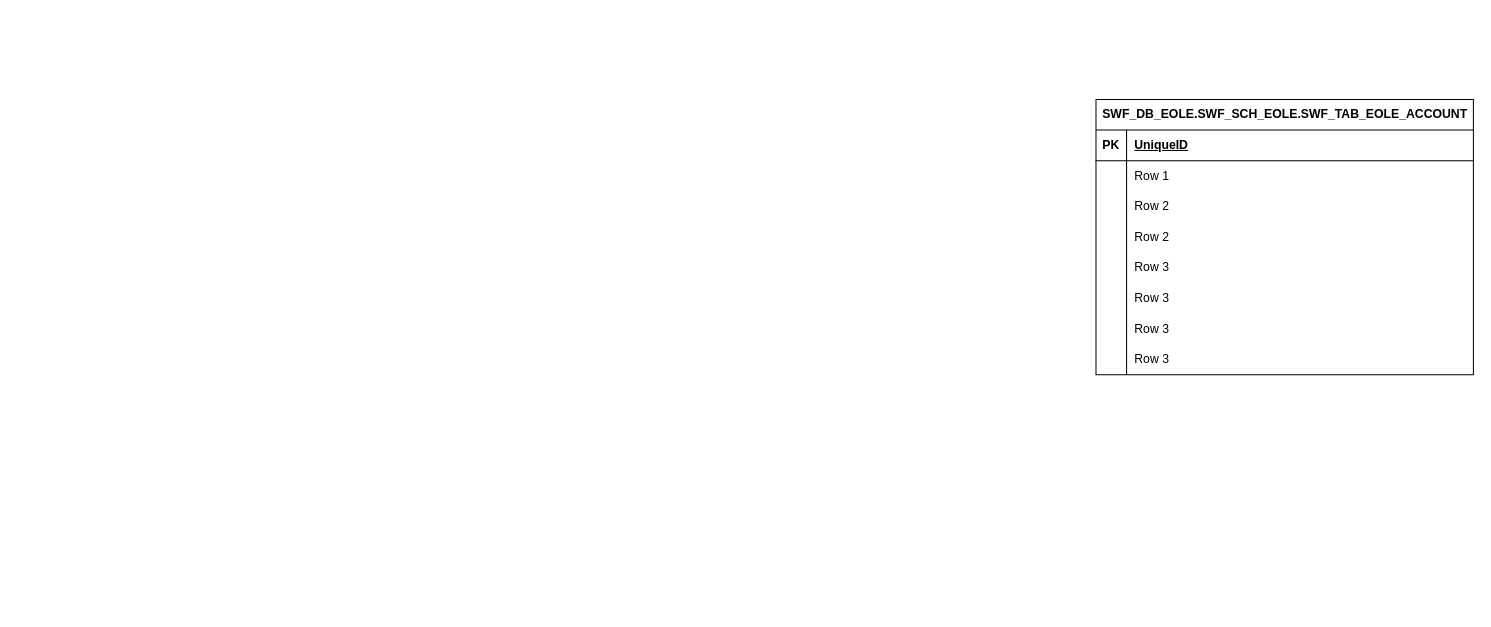
liaoyusaki/drawio keeps this draw.io diagram as Untitled Diagram.drawio. Above is the earlier version. Source tidied: cells renumbered, new cells numbered last; positions are measured from the earlier drawing's top-left corner, leaving out a move shared by most shapes. Both pictures are drawn from the tidied source at 102%, with x=0, y=0 at pixel (1095, 99).
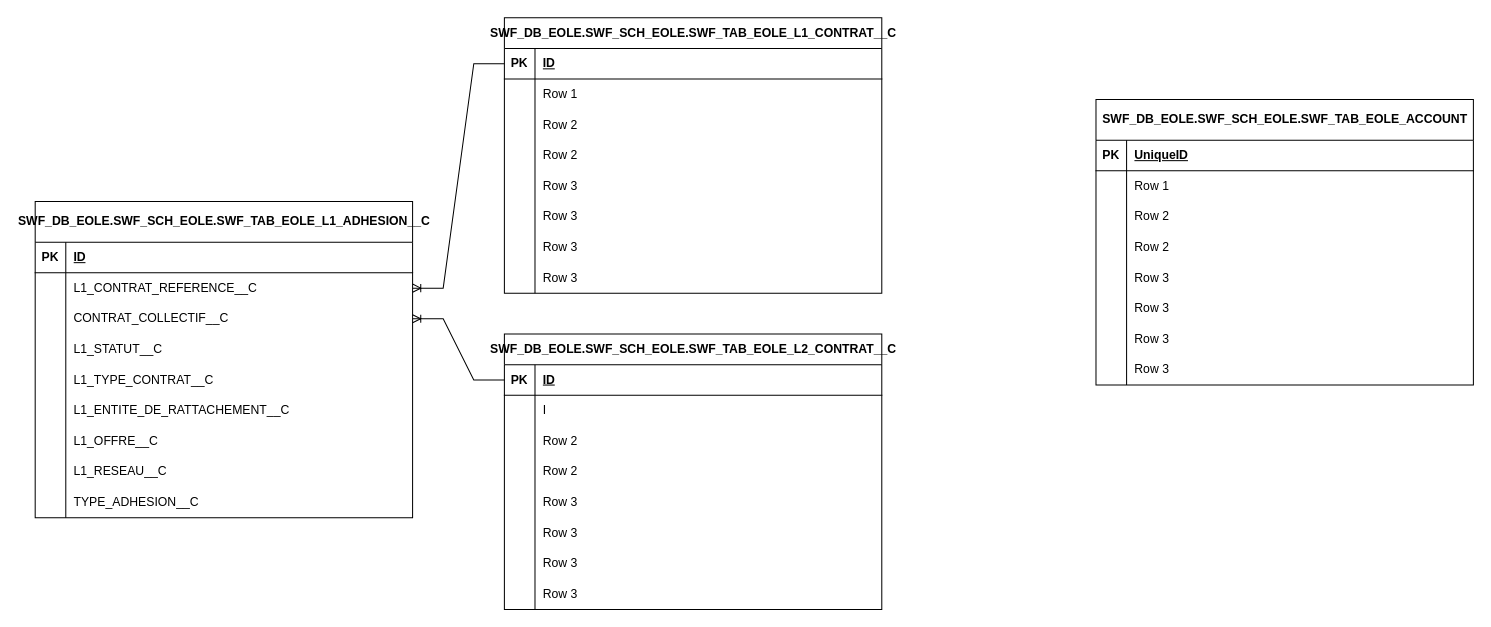
After the change.

The edit, as a diff of the source:
```diff
@@
-    <mxCell id="2" value="SWF_DB_EOLE.SWF_SCH_EOLE.SWF_TAB_EOLE_ACCOUNT" style="shape=table;startSize=30;childLayout=tableLayout;rowLines=0;fontStyle=1;align=center;html=1;" parent="1" vertex="1">
-      <mxGeometry width="370" height="270" as="geometry" />
+    <mxCell id="2" value="SWF_DB_EOLE.SWF_SCH_EOLE.SWF_TAB_EOLE_ACCOUNT" style="shape=table;startSize=40;childLayout=tableLayout;rowLines=0;fontStyle=1;align=center;html=1;" parent="1" vertex="1">
+      <mxGeometry width="370" height="280" as="geometry" />
     </mxCell>
     <mxCell id="3" style="shape=tableRow;horizontal=0;startSize=0;swimlaneHead=0;swimlaneBody=0;fillColor=none;top=0;left=0;right=0;bottom=1;" parent="2" vertex="1">
-      <mxGeometry y="30" width="370" height="30" as="geometry" />
+      <mxGeometry y="40" width="370" height="30" as="geometry" />
     </mxCell>
@@
     <mxCell id="6" style="shape=tableRow;horizontal=0;startSize=0;swimlaneHead=0;swimlaneBody=0;fillColor=none;top=0;left=0;right=0;bottom=0;" parent="2" vertex="1">
-      <mxGeometry y="60" width="370" height="30" as="geometry" />
+      <mxGeometry y="70" width="370" height="30" as="geometry" />
     </mxCell>
@@
     <mxCell id="9" style="shape=tableRow;horizontal=0;startSize=0;swimlaneHead=0;swimlaneBody=0;fillColor=none;top=0;left=0;right=0;bottom=0;" parent="2" vertex="1">
-      <mxGeometry y="90" width="370" height="30" as="geometry" />
+      <mxGeometry y="100" width="370" height="30" as="geometry" />
     </mxCell>
@@
     <mxCell id="12" style="shape=tableRow;horizontal=0;startSize=0;swimlaneHead=0;swimlaneBody=0;fillColor=none;top=0;left=0;right=0;bottom=0;" parent="2" vertex="1">
-      <mxGeometry y="120" width="370" height="30" as="geometry" />
+      <mxGeometry y="130" width="370" height="30" as="geometry" />
     </mxCell>
@@
     <mxCell id="15" style="shape=tableRow;horizontal=0;startSize=0;swimlaneHead=0;swimlaneBody=0;fillColor=none;top=0;left=0;right=0;bottom=0;" parent="2" vertex="1">
-      <mxGeometry y="150" width="370" height="30" as="geometry" />
+      <mxGeometry y="160" width="370" height="30" as="geometry" />
     </mxCell>
@@
     <mxCell id="18" style="shape=tableRow;horizontal=0;startSize=0;swimlaneHead=0;swimlaneBody=0;fillColor=none;top=0;left=0;right=0;bottom=0;" parent="2" vertex="1">
-      <mxGeometry y="180" width="370" height="30" as="geometry" />
+      <mxGeometry y="190" width="370" height="30" as="geometry" />
     </mxCell>
@@
     <mxCell id="21" style="shape=tableRow;horizontal=0;startSize=0;swimlaneHead=0;swimlaneBody=0;fillColor=none;top=0;left=0;right=0;bottom=0;" parent="2" vertex="1">
-      <mxGeometry y="210" width="370" height="30" as="geometry" />
+      <mxGeometry y="220" width="370" height="30" as="geometry" />
     </mxCell>
@@
     <mxCell id="24" style="shape=tableRow;horizontal=0;startSize=0;swimlaneHead=0;swimlaneBody=0;fillColor=none;top=0;left=0;right=0;bottom=0;" parent="2" vertex="1">
-      <mxGeometry y="240" width="370" height="30" as="geometry" />
+      <mxGeometry y="250" width="370" height="30" as="geometry" />
     </mxCell>
@@
+    <mxCell id="27" value="SWF_DB_EOLE.SWF_SCH_EOLE.SWF_TAB_EOLE_L1_CONTRAT__C" style="shape=table;startSize=30;childLayout=tableLayout;rowLines=0;fontStyle=1;align=center;html=1;" parent="1" vertex="1">
+      <mxGeometry x="-580" y="-80" width="370" height="270" as="geometry" />
+    </mxCell>
+    <mxCell id="28" style="shape=tableRow;horizontal=0;startSize=0;swimlaneHead=0;swimlaneBody=0;fillColor=none;points=[[0,0.5],[1,0.5]];portConstraint=eastwest;top=0;left=0;right=0;bottom=1;" parent="27" vertex="1">
+      <mxGeometry y="30" width="370" height="30" as="geometry" />
+    </mxCell>
+    <mxCell id="29" value="PK" style="shape=partialRectangle;fillColor=none;top=0;left=0;bottom=0;right=0;fontStyle=1;overflow=hidden;whiteSpace=wrap;html=1;" parent="28" vertex="1">
+      <mxGeometry width="30" height="30" as="geometry" />
+    </mxCell>
+    <mxCell id="30" value="ID" style="shape=partialRectangle;fillColor=none;top=0;left=0;bottom=0;right=0;align=left;spacingLeft=6;fontStyle=5;overflow=hidden;whiteSpace=wrap;html=1;" parent="28" vertex="1">
+      <mxGeometry x="30" width="340" height="30" as="geometry" />
+    </mxCell>
+    <mxCell id="31" style="shape=tableRow;horizontal=0;startSize=0;swimlaneHead=0;swimlaneBody=0;fillColor=none;top=0;left=0;right=0;bottom=0;" parent="27" vertex="1">
+      <mxGeometry y="60" width="370" height="30" as="geometry" />
+    </mxCell>
+    <mxCell id="32" style="shape=partialRectangle;fillColor=none;top=0;left=0;bottom=0;right=0;overflow=hidden;whiteSpace=wrap;html=1;" parent="31" vertex="1">
+      <mxGeometry width="30" height="30" as="geometry" />
+    </mxCell>
+    <mxCell id="33" value="Row 1" style="shape=partialRectangle;fillColor=none;top=0;left=0;bottom=0;right=0;align=left;spacingLeft=6;overflow=hidden;whiteSpace=wrap;html=1;" parent="31" vertex="1">
+      <mxGeometry x="30" width="340" height="30" as="geometry" />
+    </mxCell>
+    <mxCell id="34" style="shape=tableRow;horizontal=0;startSize=0;swimlaneHead=0;swimlaneBody=0;fillColor=none;top=0;left=0;right=0;bottom=0;" parent="27" vertex="1">
+      <mxGeometry y="90" width="370" height="30" as="geometry" />
+    </mxCell>
+    <mxCell id="35" style="shape=partialRectangle;fillColor=none;top=0;left=0;bottom=0;right=0;overflow=hidden;whiteSpace=wrap;html=1;" parent="34" vertex="1">
+      <mxGeometry width="30" height="30" as="geometry" />
+    </mxCell>
+    <mxCell id="36" value="Row 2" style="shape=partialRectangle;fillColor=none;top=0;left=0;bottom=0;right=0;align=left;spacingLeft=6;overflow=hidden;whiteSpace=wrap;html=1;" parent="34" vertex="1">
+      <mxGeometry x="30" width="340" height="30" as="geometry" />
+    </mxCell>
+    <mxCell id="37" style="shape=tableRow;horizontal=0;startSize=0;swimlaneHead=0;swimlaneBody=0;fillColor=none;top=0;left=0;right=0;bottom=0;" parent="27" vertex="1">
+      <mxGeometry y="120" width="370" height="30" as="geometry" />
+    </mxCell>
+    <mxCell id="38" style="shape=partialRectangle;fillColor=none;top=0;left=0;bottom=0;right=0;overflow=hidden;whiteSpace=wrap;html=1;" parent="37" vertex="1">
+      <mxGeometry width="30" height="30" as="geometry" />
+    </mxCell>
+    <mxCell id="39" value="Row 2" style="shape=partialRectangle;fillColor=none;top=0;left=0;bottom=0;right=0;align=left;spacingLeft=6;overflow=hidden;whiteSpace=wrap;html=1;" parent="37" vertex="1">
+      <mxGeometry x="30" width="340" height="30" as="geometry" />
+    </mxCell>
+    <mxCell id="40" style="shape=tableRow;horizontal=0;startSize=0;swimlaneHead=0;swimlaneBody=0;fillColor=none;top=0;left=0;right=0;bottom=0;" parent="27" vertex="1">
+      <mxGeometry y="150" width="370" height="30" as="geometry" />
+    </mxCell>
+    <mxCell id="41" style="shape=partialRectangle;fillColor=none;top=0;left=0;bottom=0;right=0;overflow=hidden;whiteSpace=wrap;html=1;" parent="40" vertex="1">
+      <mxGeometry width="30" height="30" as="geometry" />
+    </mxCell>
+    <mxCell id="42" value="Row 3" style="shape=partialRectangle;fillColor=none;top=0;left=0;bottom=0;right=0;align=left;spacingLeft=6;overflow=hidden;whiteSpace=wrap;html=1;" parent="40" vertex="1">
+      <mxGeometry x="30" width="340" height="30" as="geometry" />
+    </mxCell>
+    <mxCell id="43" style="shape=tableRow;horizontal=0;startSize=0;swimlaneHead=0;swimlaneBody=0;fillColor=none;top=0;left=0;right=0;bottom=0;" parent="27" vertex="1">
+      <mxGeometry y="180" width="370" height="30" as="geometry" />
+    </mxCell>
+    <mxCell id="44" style="shape=partialRectangle;fillColor=none;top=0;left=0;bottom=0;right=0;overflow=hidden;whiteSpace=wrap;html=1;" parent="43" vertex="1">
+      <mxGeometry width="30" height="30" as="geometry" />
+    </mxCell>
+    <mxCell id="45" value="Row 3" style="shape=partialRectangle;fillColor=none;top=0;left=0;bottom=0;right=0;align=left;spacingLeft=6;overflow=hidden;whiteSpace=wrap;html=1;" parent="43" vertex="1">
+      <mxGeometry x="30" width="340" height="30" as="geometry" />
+    </mxCell>
+    <mxCell id="46" style="shape=tableRow;horizontal=0;startSize=0;swimlaneHead=0;swimlaneBody=0;fillColor=none;top=0;left=0;right=0;bottom=0;" parent="27" vertex="1">
+      <mxGeometry y="210" width="370" height="30" as="geometry" />
+    </mxCell>
+    <mxCell id="47" style="shape=partialRectangle;fillColor=none;top=0;left=0;bottom=0;right=0;overflow=hidden;whiteSpace=wrap;html=1;" parent="46" vertex="1">
+      <mxGeometry width="30" height="30" as="geometry" />
+    </mxCell>
+    <mxCell id="48" value="Row 3" style="shape=partialRectangle;fillColor=none;top=0;left=0;bottom=0;right=0;align=left;spacingLeft=6;overflow=hidden;whiteSpace=wrap;html=1;" parent="46" vertex="1">
+      <mxGeometry x="30" width="340" height="30" as="geometry" />
+    </mxCell>
+    <mxCell id="49" style="shape=tableRow;horizontal=0;startSize=0;swimlaneHead=0;swimlaneBody=0;fillColor=none;top=0;left=0;right=0;bottom=0;" parent="27" vertex="1">
+      <mxGeometry y="240" width="370" height="30" as="geometry" />
+    </mxCell>
+    <mxCell id="50" style="shape=partialRectangle;fillColor=none;top=0;left=0;bottom=0;right=0;overflow=hidden;whiteSpace=wrap;html=1;" parent="49" vertex="1">
+      <mxGeometry width="30" height="30" as="geometry" />
+    </mxCell>
+    <mxCell id="51" value="Row 3" style="shape=partialRectangle;fillColor=none;top=0;left=0;bottom=0;right=0;align=left;spacingLeft=6;overflow=hidden;whiteSpace=wrap;html=1;" parent="49" vertex="1">
+      <mxGeometry x="30" width="340" height="30" as="geometry" />
+    </mxCell>
+    <mxCell id="52" value="SWF_DB_EOLE.SWF_SCH_EOLE.SWF_TAB_EOLE_L2_CONTRAT__C" style="shape=table;startSize=30;childLayout=tableLayout;rowLines=0;fontStyle=1;align=center;html=1;" parent="1" vertex="1">
+      <mxGeometry x="-580" y="230" width="370" height="270" as="geometry" />
+    </mxCell>
+    <mxCell id="53" style="shape=tableRow;horizontal=0;startSize=0;swimlaneHead=0;swimlaneBody=0;fillColor=none;points=[[0,0.5],[1,0.5]];portConstraint=eastwest;top=0;left=0;right=0;bottom=1;" parent="52" vertex="1">
+      <mxGeometry y="30" width="370" height="30" as="geometry" />
+    </mxCell>
+    <mxCell id="54" value="PK" style="shape=partialRectangle;fillColor=none;top=0;left=0;bottom=0;right=0;fontStyle=1;overflow=hidden;whiteSpace=wrap;html=1;" parent="53" vertex="1">
+      <mxGeometry width="30" height="30" as="geometry" />
+    </mxCell>
+    <mxCell id="55" value="ID" style="shape=partialRectangle;fillColor=none;top=0;left=0;bottom=0;right=0;align=left;spacingLeft=6;fontStyle=5;overflow=hidden;whiteSpace=wrap;html=1;" parent="53" vertex="1">
+      <mxGeometry x="30" width="340" height="30" as="geometry" />
+    </mxCell>
+    <mxCell id="56" style="shape=tableRow;horizontal=0;startSize=0;swimlaneHead=0;swimlaneBody=0;fillColor=none;top=0;left=0;right=0;bottom=0;" parent="52" vertex="1">
+      <mxGeometry y="60" width="370" height="30" as="geometry" />
+    </mxCell>
+    <mxCell id="57" style="shape=partialRectangle;fillColor=none;top=0;left=0;bottom=0;right=0;overflow=hidden;whiteSpace=wrap;html=1;" parent="56" vertex="1">
+      <mxGeometry width="30" height="30" as="geometry" />
+    </mxCell>
+    <mxCell id="58" value="I" style="shape=partialRectangle;fillColor=none;top=0;left=0;bottom=0;right=0;align=left;spacingLeft=6;overflow=hidden;whiteSpace=wrap;html=1;" parent="56" vertex="1">
+      <mxGeometry x="30" width="340" height="30" as="geometry" />
+    </mxCell>
+    <mxCell id="59" style="shape=tableRow;horizontal=0;startSize=0;swimlaneHead=0;swimlaneBody=0;fillColor=none;top=0;left=0;right=0;bottom=0;" parent="52" vertex="1">
+      <mxGeometry y="90" width="370" height="30" as="geometry" />
+    </mxCell>
+    <mxCell id="60" style="shape=partialRectangle;fillColor=none;top=0;left=0;bottom=0;right=0;overflow=hidden;whiteSpace=wrap;html=1;" parent="59" vertex="1">
+      <mxGeometry width="30" height="30" as="geometry" />
+    </mxCell>
+    <mxCell id="61" value="Row 2" style="shape=partialRectangle;fillColor=none;top=0;left=0;bottom=0;right=0;align=left;spacingLeft=6;overflow=hidden;whiteSpace=wrap;html=1;" parent="59" vertex="1">
+      <mxGeometry x="30" width="340" height="30" as="geometry" />
+    </mxCell>
+    <mxCell id="62" style="shape=tableRow;horizontal=0;startSize=0;swimlaneHead=0;swimlaneBody=0;fillColor=none;top=0;left=0;right=0;bottom=0;" parent="52" vertex="1">
+      <mxGeometry y="120" width="370" height="30" as="geometry" />
+    </mxCell>
+    <mxCell id="63" style="shape=partialRectangle;fillColor=none;top=0;left=0;bottom=0;right=0;overflow=hidden;whiteSpace=wrap;html=1;" parent="62" vertex="1">
+      <mxGeometry width="30" height="30" as="geometry" />
+    </mxCell>
+    <mxCell id="64" value="Row 2" style="shape=partialRectangle;fillColor=none;top=0;left=0;bottom=0;right=0;align=left;spacingLeft=6;overflow=hidden;whiteSpace=wrap;html=1;" parent="62" vertex="1">
+      <mxGeometry x="30" width="340" height="30" as="geometry" />
+    </mxCell>
+    <mxCell id="65" style="shape=tableRow;horizontal=0;startSize=0;swimlaneHead=0;swimlaneBody=0;fillColor=none;top=0;left=0;right=0;bottom=0;" parent="52" vertex="1">
+      <mxGeometry y="150" width="370" height="30" as="geometry" />
+    </mxCell>
+    <mxCell id="66" style="shape=partialRectangle;fillColor=none;top=0;left=0;bottom=0;right=0;overflow=hidden;whiteSpace=wrap;html=1;" parent="65" vertex="1">
+      <mxGeometry width="30" height="30" as="geometry" />
+    </mxCell>
+    <mxCell id="67" value="Row 3" style="shape=partialRectangle;fillColor=none;top=0;left=0;bottom=0;right=0;align=left;spacingLeft=6;overflow=hidden;whiteSpace=wrap;html=1;" parent="65" vertex="1">
+      <mxGeometry x="30" width="340" height="30" as="geometry" />
+    </mxCell>
+    <mxCell id="68" style="shape=tableRow;horizontal=0;startSize=0;swimlaneHead=0;swimlaneBody=0;fillColor=none;top=0;left=0;right=0;bottom=0;" parent="52" vertex="1">
+      <mxGeometry y="180" width="370" height="30" as="geometry" />
+    </mxCell>
+    <mxCell id="69" style="shape=partialRectangle;fillColor=none;top=0;left=0;bottom=0;right=0;overflow=hidden;whiteSpace=wrap;html=1;" parent="68" vertex="1">
+      <mxGeometry width="30" height="30" as="geometry" />
+    </mxCell>
+    <mxCell id="70" value="Row 3" style="shape=partialRectangle;fillColor=none;top=0;left=0;bottom=0;right=0;align=left;spacingLeft=6;overflow=hidden;whiteSpace=wrap;html=1;" parent="68" vertex="1">
+      <mxGeometry x="30" width="340" height="30" as="geometry" />
+    </mxCell>
+    <mxCell id="71" style="shape=tableRow;horizontal=0;startSize=0;swimlaneHead=0;swimlaneBody=0;fillColor=none;top=0;left=0;right=0;bottom=0;" parent="52" vertex="1">
+      <mxGeometry y="210" width="370" height="30" as="geometry" />
+    </mxCell>
+    <mxCell id="72" style="shape=partialRectangle;fillColor=none;top=0;left=0;bottom=0;right=0;overflow=hidden;whiteSpace=wrap;html=1;" parent="71" vertex="1">
+      <mxGeometry width="30" height="30" as="geometry" />
+    </mxCell>
+    <mxCell id="73" value="Row 3" style="shape=partialRectangle;fillColor=none;top=0;left=0;bottom=0;right=0;align=left;spacingLeft=6;overflow=hidden;whiteSpace=wrap;html=1;" parent="71" vertex="1">
+      <mxGeometry x="30" width="340" height="30" as="geometry" />
+    </mxCell>
+    <mxCell id="74" style="shape=tableRow;horizontal=0;startSize=0;swimlaneHead=0;swimlaneBody=0;fillColor=none;top=0;left=0;right=0;bottom=0;" parent="52" vertex="1">
+      <mxGeometry y="240" width="370" height="30" as="geometry" />
+    </mxCell>
+    <mxCell id="75" style="shape=partialRectangle;fillColor=none;top=0;left=0;bottom=0;right=0;overflow=hidden;whiteSpace=wrap;html=1;" parent="74" vertex="1">
+      <mxGeometry width="30" height="30" as="geometry" />
+    </mxCell>
+    <mxCell id="76" value="Row 3" style="shape=partialRectangle;fillColor=none;top=0;left=0;bottom=0;right=0;align=left;spacingLeft=6;overflow=hidden;whiteSpace=wrap;html=1;" parent="74" vertex="1">
+      <mxGeometry x="30" width="340" height="30" as="geometry" />
+    </mxCell>
+    <mxCell id="77" value="SWF_DB_EOLE.SWF_SCH_EOLE.SWF_TAB_EOLE_L1_ADHESION__C" style="shape=table;startSize=40;childLayout=tableLayout;rowLines=0;fontStyle=1;align=center;html=1;" parent="1" vertex="1">
+      <mxGeometry x="-1040" y="100" width="370" height="310" as="geometry" />
+    </mxCell>
+    <mxCell id="78" style="shape=tableRow;horizontal=0;startSize=0;swimlaneHead=0;swimlaneBody=0;fillColor=none;top=0;left=0;right=0;bottom=1;" parent="77" vertex="1">
+      <mxGeometry y="40" width="370" height="30" as="geometry" />
+    </mxCell>
+    <mxCell id="79" value="PK" style="shape=partialRectangle;fillColor=none;top=0;left=0;bottom=0;right=0;fontStyle=1;overflow=hidden;whiteSpace=wrap;html=1;" parent="78" vertex="1">
+      <mxGeometry width="30" height="30" as="geometry" />
+    </mxCell>
+    <mxCell id="80" value="ID" style="shape=partialRectangle;fillColor=none;top=0;left=0;bottom=0;right=0;align=left;spacingLeft=6;fontStyle=5;overflow=hidden;whiteSpace=wrap;html=1;" parent="78" vertex="1">
+      <mxGeometry x="30" width="340" height="30" as="geometry" />
+    </mxCell>
+    <mxCell id="81" style="shape=tableRow;horizontal=0;startSize=0;swimlaneHead=0;swimlaneBody=0;fillColor=none;points=[[0,0.5],[1,0.5]];portConstraint=eastwest;top=0;left=0;right=0;bottom=0;" parent="77" vertex="1">
+      <mxGeometry y="70" width="370" height="30" as="geometry" />
+    </mxCell>
+    <mxCell id="82" style="shape=partialRectangle;fillColor=none;top=0;left=0;bottom=0;right=0;overflow=hidden;whiteSpace=wrap;html=1;" parent="81" vertex="1">
+      <mxGeometry width="30" height="30" as="geometry" />
+    </mxCell>
+    <mxCell id="83" value="L1_CONTRAT_REFERENCE__C" style="shape=partialRectangle;fillColor=none;top=0;left=0;bottom=0;right=0;align=left;spacingLeft=6;overflow=hidden;whiteSpace=wrap;html=1;" parent="81" vertex="1">
+      <mxGeometry x="30" width="340" height="30" as="geometry" />
+    </mxCell>
+    <mxCell id="84" style="shape=tableRow;horizontal=0;startSize=0;swimlaneHead=0;swimlaneBody=0;fillColor=none;points=[[0,0.5],[1,0.5]];portConstraint=eastwest;top=0;left=0;right=0;bottom=0;" parent="77" vertex="1">
+      <mxGeometry y="100" width="370" height="30" as="geometry" />
+    </mxCell>
+    <mxCell id="85" style="shape=partialRectangle;fillColor=none;top=0;left=0;bottom=0;right=0;overflow=hidden;whiteSpace=wrap;html=1;" parent="84" vertex="1">
+      <mxGeometry width="30" height="30" as="geometry" />
+    </mxCell>
+    <mxCell id="86" value="CONTRAT_COLLECTIF__C" style="shape=partialRectangle;fillColor=none;top=0;left=0;bottom=0;right=0;align=left;spacingLeft=6;overflow=hidden;whiteSpace=wrap;html=1;" parent="84" vertex="1">
+      <mxGeometry x="30" width="340" height="30" as="geometry" />
+    </mxCell>
+    <mxCell id="87" style="shape=tableRow;horizontal=0;startSize=0;swimlaneHead=0;swimlaneBody=0;fillColor=none;top=0;left=0;right=0;bottom=0;" parent="77" vertex="1">
+      <mxGeometry y="130" width="370" height="30" as="geometry" />
+    </mxCell>
+    <mxCell id="88" style="shape=partialRectangle;fillColor=none;top=0;left=0;bottom=0;right=0;overflow=hidden;whiteSpace=wrap;html=1;" parent="87" vertex="1">
+      <mxGeometry width="30" height="30" as="geometry" />
+    </mxCell>
+    <mxCell id="89" value="L1_STATUT__C" style="shape=partialRectangle;fillColor=none;top=0;left=0;bottom=0;right=0;align=left;spacingLeft=6;overflow=hidden;whiteSpace=wrap;html=1;" parent="87" vertex="1">
+      <mxGeometry x="30" width="340" height="30" as="geometry" />
+    </mxCell>
+    <mxCell id="90" style="shape=tableRow;horizontal=0;startSize=0;swimlaneHead=0;swimlaneBody=0;fillColor=none;top=0;left=0;right=0;bottom=0;" parent="77" vertex="1">
+      <mxGeometry y="160" width="370" height="30" as="geometry" />
+    </mxCell>
+    <mxCell id="91" style="shape=partialRectangle;fillColor=none;top=0;left=0;bottom=0;right=0;overflow=hidden;whiteSpace=wrap;html=1;" parent="90" vertex="1">
+      <mxGeometry width="30" height="30" as="geometry" />
+    </mxCell>
+    <mxCell id="92" value="L1_TYPE_CONTRAT__C" style="shape=partialRectangle;fillColor=none;top=0;left=0;bottom=0;right=0;align=left;spacingLeft=6;overflow=hidden;whiteSpace=wrap;html=1;" parent="90" vertex="1">
+      <mxGeometry x="30" width="340" height="30" as="geometry" />
+    </mxCell>
+    <mxCell id="93" style="shape=tableRow;horizontal=0;startSize=0;swimlaneHead=0;swimlaneBody=0;fillColor=none;top=0;left=0;right=0;bottom=0;" parent="77" vertex="1">
+      <mxGeometry y="190" width="370" height="30" as="geometry" />
+    </mxCell>
+    <mxCell id="94" style="shape=partialRectangle;fillColor=none;top=0;left=0;bottom=0;right=0;overflow=hidden;whiteSpace=wrap;html=1;" parent="93" vertex="1">
+      <mxGeometry width="30" height="30" as="geometry" />
+    </mxCell>
+    <mxCell id="95" value="L1_ENTITE_DE_RATTACHEMENT__C" style="shape=partialRectangle;fillColor=none;top=0;left=0;bottom=0;right=0;align=left;spacingLeft=6;overflow=hidden;whiteSpace=wrap;html=1;" parent="93" vertex="1">
+      <mxGeometry x="30" width="340" height="30" as="geometry" />
+    </mxCell>
+    <mxCell id="96" style="shape=tableRow;horizontal=0;startSize=0;swimlaneHead=0;swimlaneBody=0;fillColor=none;top=0;left=0;right=0;bottom=0;" parent="77" vertex="1">
+      <mxGeometry y="220" width="370" height="30" as="geometry" />
+    </mxCell>
+    <mxCell id="97" style="shape=partialRectangle;fillColor=none;top=0;left=0;bottom=0;right=0;overflow=hidden;whiteSpace=wrap;html=1;" parent="96" vertex="1">
+      <mxGeometry width="30" height="30" as="geometry" />
+    </mxCell>
+    <mxCell id="98" value="L1_OFFRE__C" style="shape=partialRectangle;fillColor=none;top=0;left=0;bottom=0;right=0;align=left;spacingLeft=6;overflow=hidden;whiteSpace=wrap;html=1;" parent="96" vertex="1">
+      <mxGeometry x="30" width="340" height="30" as="geometry" />
+    </mxCell>
+    <mxCell id="99" style="shape=tableRow;horizontal=0;startSize=0;swimlaneHead=0;swimlaneBody=0;fillColor=none;top=0;left=0;right=0;bottom=0;" parent="77" vertex="1">
+      <mxGeometry y="250" width="370" height="30" as="geometry" />
+    </mxCell>
+    <mxCell id="100" style="shape=partialRectangle;fillColor=none;top=0;left=0;bottom=0;right=0;overflow=hidden;whiteSpace=wrap;html=1;" parent="99" vertex="1">
+      <mxGeometry width="30" height="30" as="geometry" />
+    </mxCell>
+    <mxCell id="101" value="L1_RESEAU__C" style="shape=partialRectangle;fillColor=none;top=0;left=0;bottom=0;right=0;align=left;spacingLeft=6;overflow=hidden;whiteSpace=wrap;html=1;" parent="99" vertex="1">
+      <mxGeometry x="30" width="340" height="30" as="geometry" />
+    </mxCell>
+    <mxCell id="102" style="shape=tableRow;horizontal=0;startSize=0;swimlaneHead=0;swimlaneBody=0;fillColor=none;top=0;left=0;right=0;bottom=0;" parent="77" vertex="1">
+      <mxGeometry y="280" width="370" height="30" as="geometry" />
+    </mxCell>
+    <mxCell id="103" style="shape=partialRectangle;fillColor=none;top=0;left=0;bottom=0;right=0;overflow=hidden;whiteSpace=wrap;html=1;" parent="102" vertex="1">
+      <mxGeometry width="30" height="30" as="geometry" />
+    </mxCell>
+    <mxCell id="104" value="TYPE_ADHESION__C" style="shape=partialRectangle;fillColor=none;top=0;left=0;bottom=0;right=0;align=left;spacingLeft=6;overflow=hidden;whiteSpace=wrap;html=1;" parent="102" vertex="1">
+      <mxGeometry x="30" width="340" height="30" as="geometry" />
+    </mxCell>
+    <mxCell id="105" style="edgeStyle=entityRelationEdgeStyle;fontSize=12;html=1;endArrow=ERoneToMany;rounded=0;exitX=0;exitY=0.5;exitDx=0;exitDy=0;entryX=1;entryY=0.5;entryDx=0;entryDy=0;" parent="1" edge="1" source="28" target="81">
+      <mxGeometry relative="1" as="geometry" />
+    </mxCell>
+    <mxCell id="106" style="edgeStyle=entityRelationEdgeStyle;fontSize=12;html=1;endArrow=ERoneToMany;rounded=0;entryX=1;entryY=0.5;entryDx=0;entryDy=0;exitX=0;exitY=0.5;exitDx=0;exitDy=0;" parent="1" edge="1" source="53" target="84">
+      <mxGeometry relative="1" as="geometry" />
+    </mxCell>
```
